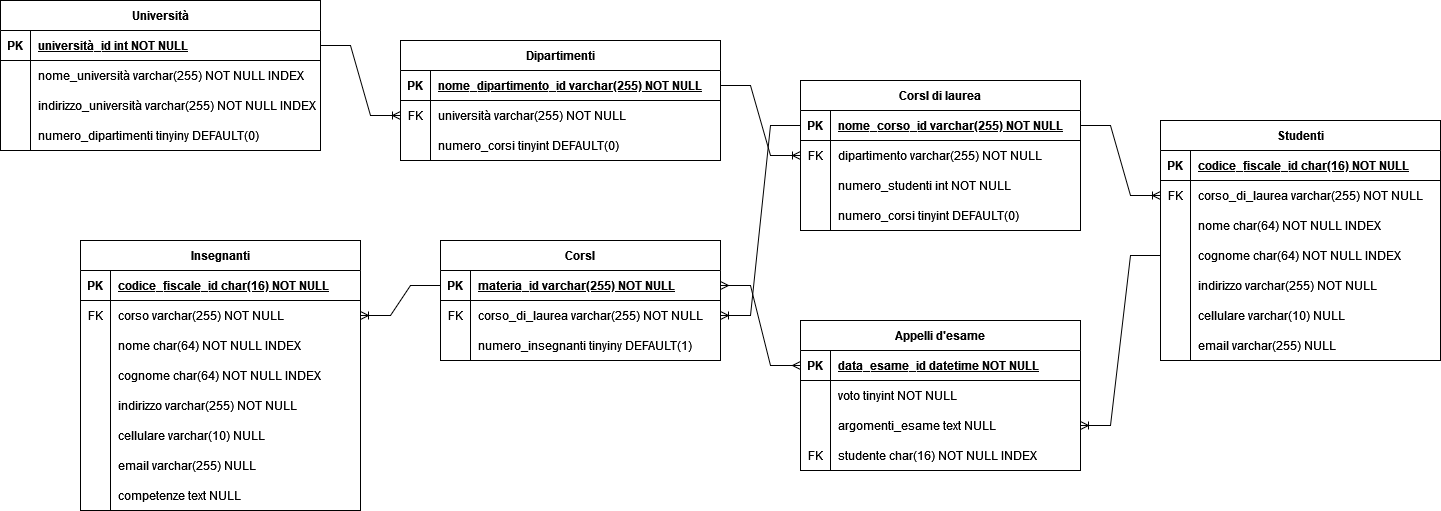
Earlier version of the draw.io export db-university.drawio.png (IlGrandeLuca/db-university). Source tidied: cells renumbered, new cells last; positions are measured from the earlier drawing's top-left corner, leaving out a move shared by most shapes.
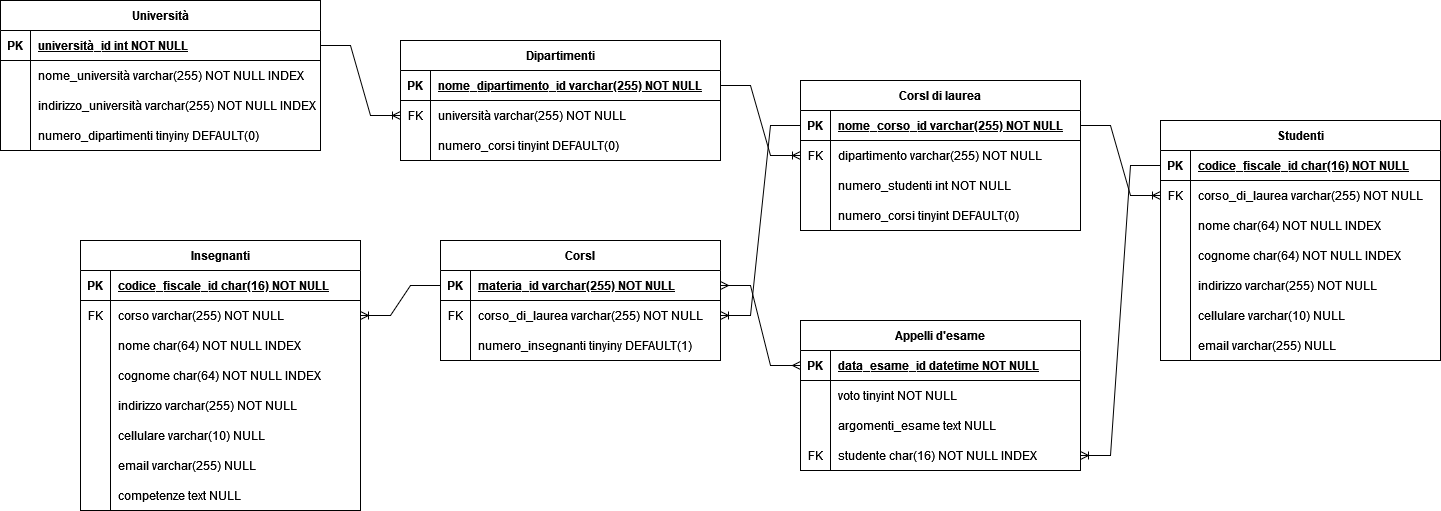
After the change.

Diff of the diagram source:
```diff
@@ -257,7 +257,7 @@
     <mxCell id="86" style="edgeStyle=entityRelationEdgeStyle;fontSize=12;html=1;endArrow=ERoneToMany;rounded=0;exitX=0;exitY=0.5;exitDx=0;exitDy=0;entryX=1;entryY=0.5;entryDx=0;entryDy=0;" parent="1" edge="1" source="74" target="93">
       <mxGeometry relative="1" as="geometry" />
     </mxCell>
-    <mxCell id="87" style="edgeStyle=entityRelationEdgeStyle;fontSize=12;html=1;endArrow=ERoneToMany;rounded=0;exitX=0;exitY=0.5;exitDx=0;exitDy=0;entryX=1;entryY=0.5;entryDx=0;entryDy=0;anchorPointDirection=0;" parent="1" edge="1" source="48" target="67">
+    <mxCell id="87" style="edgeStyle=entityRelationEdgeStyle;fontSize=12;html=1;endArrow=ERoneToMany;rounded=0;exitX=0;exitY=0.5;exitDx=0;exitDy=0;entryX=1;entryY=0.5;entryDx=0;entryDy=0;anchorPointDirection=0;" parent="1" edge="1" source="39" target="70">
       <mxGeometry relative="1" as="geometry" />
     </mxCell>
     <mxCell id="88" style="edgeStyle=entityRelationEdgeStyle;fontSize=12;html=1;endArrow=ERoneToMany;exitX=1;exitY=0.5;exitDx=0;exitDy=0;rounded=0;anchorPointDirection=1;flowAnimation=0;entryX=0;entryY=0.5;entryDx=0;entryDy=0;comic=0;" parent="1" edge="1" source="13" target="42">
```
